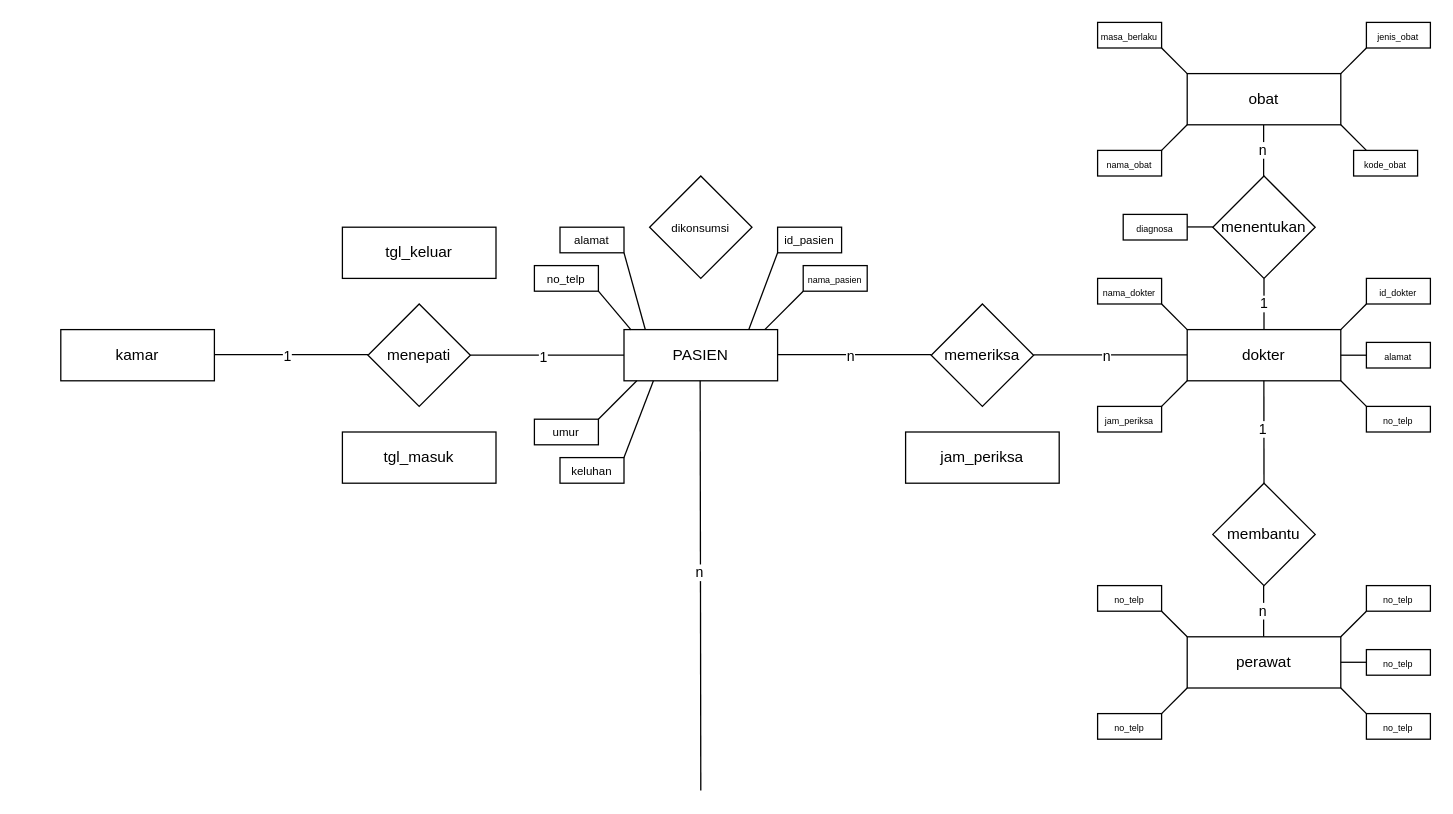
This is rumahsakit.drawio.xml from abidalbaihaqi/FLOWCHART, a draw.io file, before an edit. Source tidied: cells renumbered, new cells numbered last; positions are measured from the earlier drawing's top-left corner, leaving out a move shared by most shapes. Both pictures are drawn from the tidied source at 128%, with x=0, y=0 at pixel (60, 22).
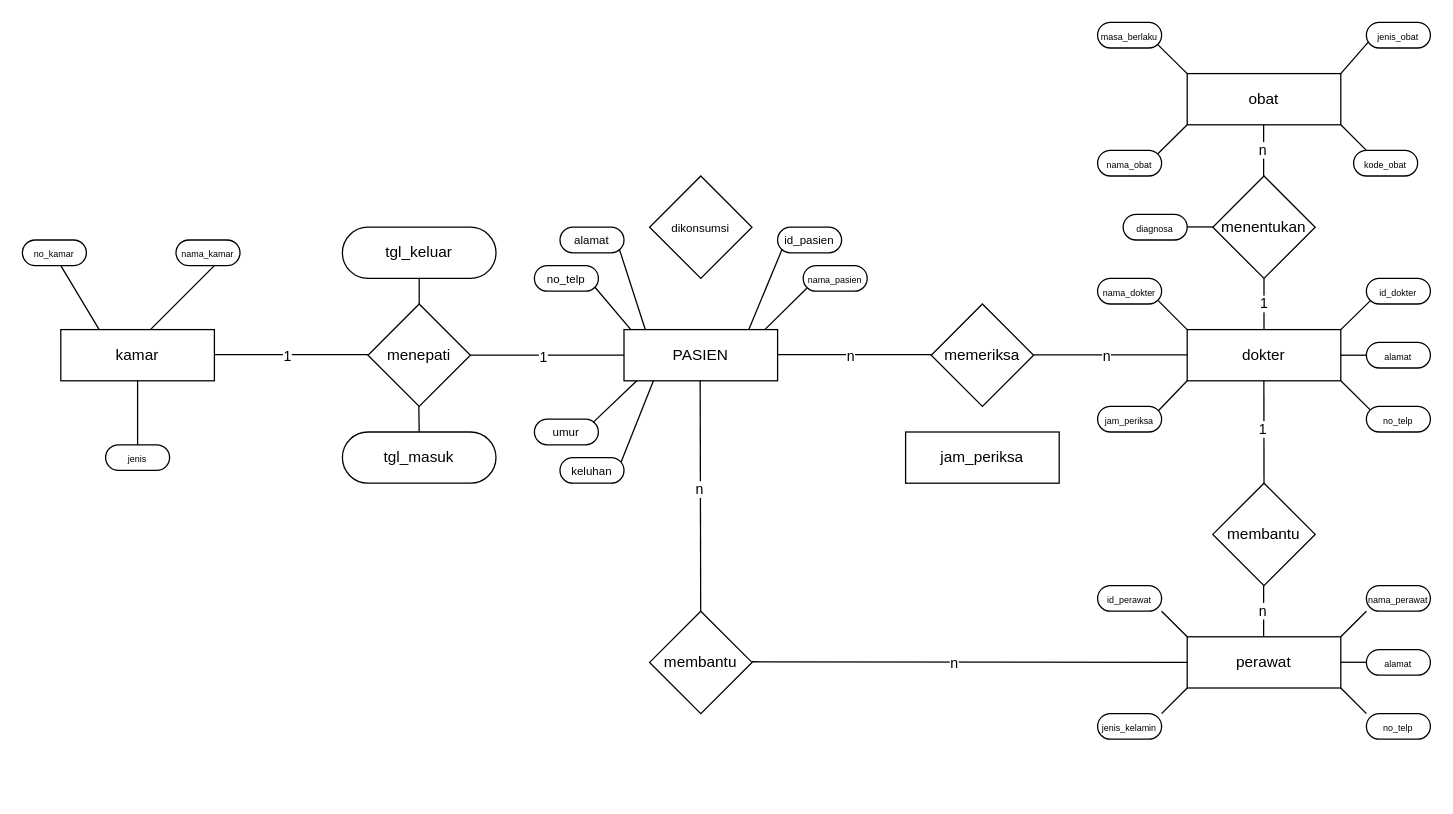
After the change.

The change refers to these unchanged cells:
```xml
<mxCell id="2" value="PASIEN" style="rounded=0;whiteSpace=wrap;html=1;" parent="1" vertex="1">
  <mxGeometry x="440" y="240" width="120" height="40" as="geometry" />
</mxCell>
<mxCell id="21" value="dokter" style="rounded=0;whiteSpace=wrap;html=1;" parent="1" vertex="1">
  <mxGeometry x="880" y="240" width="120" height="40" as="geometry" />
</mxCell>
<mxCell id="22" value="kamar" style="rounded=0;whiteSpace=wrap;html=1;" parent="1" vertex="1">
  <mxGeometry y="240" width="120" height="40" as="geometry" />
</mxCell>
<mxCell id="64" value="perawat" style="rounded=0;whiteSpace=wrap;html=1;" parent="1" vertex="1">
  <mxGeometry x="880" y="480" width="120" height="40" as="geometry" />
</mxCell>
```

The edit, as a diff of the source:
```diff
@@
-    <mxCell id="6" value="&lt;font style=&quot;font-size: 9px;&quot;&gt;alamat&lt;/font&gt;" style="rounded=0;whiteSpace=wrap;html=1;" parent="1" vertex="1">
+    <mxCell id="6" value="&lt;font style=&quot;font-size: 9px;&quot;&gt;alamat&lt;/font&gt;" style="rounded=1;whiteSpace=wrap;html=1;arcSize=50;" parent="1" vertex="1">
       <mxGeometry x="390" y="160" width="50" height="20" as="geometry" />
     </mxCell>
-    <mxCell id="7" value="&lt;font style=&quot;font-size: 9px;&quot;&gt;no_telp&lt;/font&gt;" style="rounded=0;whiteSpace=wrap;html=1;" parent="1" vertex="1">
+    <mxCell id="7" value="&lt;font style=&quot;font-size: 9px;&quot;&gt;no_telp&lt;/font&gt;" style="rounded=1;whiteSpace=wrap;html=1;arcSize=50;" parent="1" vertex="1">
       <mxGeometry x="370" y="190" width="50" height="20" as="geometry" />
     </mxCell>
-    <mxCell id="8" value="&lt;font style=&quot;font-size: 9px;&quot;&gt;umur&lt;/font&gt;" style="rounded=0;whiteSpace=wrap;html=1;" parent="1" vertex="1">
+    <mxCell id="8" value="&lt;font style=&quot;font-size: 9px;&quot;&gt;umur&lt;/font&gt;" style="rounded=1;whiteSpace=wrap;html=1;arcSize=50;" parent="1" vertex="1">
       <mxGeometry x="370" y="310" width="50" height="20" as="geometry" />
     </mxCell>
-    <mxCell id="9" value="&lt;font style=&quot;font-size: 9px;&quot;&gt;keluhan&lt;/font&gt;" style="rounded=0;whiteSpace=wrap;html=1;" parent="1" vertex="1">
+    <mxCell id="9" value="&lt;font style=&quot;font-size: 9px;&quot;&gt;keluhan&lt;/font&gt;" style="rounded=1;whiteSpace=wrap;html=1;arcSize=50;" parent="1" vertex="1">
       <mxGeometry x="390" y="340" width="50" height="20" as="geometry" />
     </mxCell>
-    <mxCell id="10" value="&lt;font style=&quot;font-size: 9px;&quot;&gt;id_pasien&lt;/font&gt;" style="rounded=0;whiteSpace=wrap;html=1;" parent="1" vertex="1">
+    <mxCell id="10" value="&lt;font style=&quot;font-size: 9px;&quot;&gt;id_pasien&lt;/font&gt;" style="rounded=1;whiteSpace=wrap;html=1;arcSize=50;" parent="1" vertex="1">
       <mxGeometry x="560" y="160" width="50" height="20" as="geometry" />
     </mxCell>
-    <mxCell id="11" value="&lt;font style=&quot;font-size: 7px;&quot;&gt;nama_pasien&lt;/font&gt;" style="rounded=0;whiteSpace=wrap;html=1;" parent="1" vertex="1">
+    <mxCell id="11" value="&lt;font style=&quot;font-size: 7px;&quot;&gt;nama_pasien&lt;/font&gt;" style="rounded=1;whiteSpace=wrap;html=1;arcSize=50;" parent="1" vertex="1">
       <mxGeometry x="580" y="190" width="50" height="20" as="geometry" />
     </mxCell>
-    <mxCell id="12" style="endArrow=none;html=1;rounded=0;exitX=0.812;exitY=0.003;exitDx=0;exitDy=0;exitPerimeter=0;" parent="1" edge="1" source="2">
-      <mxGeometry relative="1" as="geometry">
-        <mxPoint x="560" y="180" as="targetPoint" />
-      </mxGeometry>
+    <mxCell id="12" style="endArrow=none;html=1;rounded=0;exitX=0.812;exitY=0.003;exitDx=0;exitDy=0;exitPerimeter=0;entryX=0.071;entryY=0.859;entryDx=0;entryDy=0;entryPerimeter=0;" parent="1" edge="1" source="2" target="10">
+      <mxGeometry relative="1" as="geometry" />
     </mxCell>
-    <mxCell id="13" style="endArrow=none;html=1;rounded=0;" parent="1" edge="1">
+    <mxCell id="13" style="endArrow=none;html=1;rounded=0;entryX=0.056;entryY=0.886;entryDx=0;entryDy=0;entryPerimeter=0;" parent="1" edge="1" target="11">
       <mxGeometry relative="1" as="geometry">
         <mxPoint x="550" y="240" as="sourcePoint" />
-        <mxPoint x="580" y="210" as="targetPoint" />
       </mxGeometry>
     </mxCell>
-    <mxCell id="14" style="endArrow=none;html=1;rounded=0;exitX=0.139;exitY=0.003;exitDx=0;exitDy=0;exitPerimeter=0;" parent="1" edge="1" source="2">
-      <mxGeometry relative="1" as="geometry">
-        <mxPoint x="440" y="180" as="targetPoint" />
-      </mxGeometry>
+    <mxCell id="14" style="endArrow=none;html=1;rounded=0;exitX=0.139;exitY=0.003;exitDx=0;exitDy=0;exitPerimeter=0;entryX=0.928;entryY=0.865;entryDx=0;entryDy=0;entryPerimeter=0;" parent="1" edge="1" source="2" target="6">
+      <mxGeometry relative="1" as="geometry" />
     </mxCell>
-    <mxCell id="15" style="endArrow=none;html=1;rounded=0;exitX=0.046;exitY=0.005;exitDx=0;exitDy=0;exitPerimeter=0;" parent="1" edge="1" source="2">
-      <mxGeometry relative="1" as="geometry">
-        <mxPoint x="420" y="210" as="targetPoint" />
-      </mxGeometry>
+    <mxCell id="15" style="endArrow=none;html=1;rounded=0;exitX=0.046;exitY=0.005;exitDx=0;exitDy=0;exitPerimeter=0;entryX=0.947;entryY=0.845;entryDx=0;entryDy=0;entryPerimeter=0;" parent="1" edge="1" source="2" target="7">
+      <mxGeometry relative="1" as="geometry" />
     </mxCell>
-    <mxCell id="16" style="endArrow=none;html=1;rounded=0;exitX=0.812;exitY=0.003;exitDx=0;exitDy=0;exitPerimeter=0;" parent="1" edge="1">
+    <mxCell id="16" style="endArrow=none;html=1;rounded=0;exitX=0.955;exitY=0.168;exitDx=0;exitDy=0;exitPerimeter=0;" parent="1" edge="1" source="9">
       <mxGeometry relative="1" as="geometry">
-        <mxPoint x="440" y="340" as="sourcePoint" />
         <mxPoint x="463" y="280" as="targetPoint" />
       </mxGeometry>
     </mxCell>
-    <mxCell id="17" style="endArrow=none;html=1;rounded=0;" parent="1" edge="1">
+    <mxCell id="17" style="endArrow=none;html=1;rounded=0;exitX=0.918;exitY=0.123;exitDx=0;exitDy=0;exitPerimeter=0;" parent="1" edge="1" source="8">
       <mxGeometry relative="1" as="geometry">
-        <mxPoint x="420" y="310" as="sourcePoint" />
         <mxPoint x="450" y="280" as="targetPoint" />
       </mxGeometry>
     </mxCell>
-    <mxCell id="18" value="tgl_keluar" style="rounded=0;whiteSpace=wrap;html=1;" parent="1" vertex="1">
+    <mxCell id="18" value="tgl_keluar" style="rounded=1;whiteSpace=wrap;html=1;arcSize=50;" parent="1" vertex="1">
       <mxGeometry x="220" y="160" width="120" height="40" as="geometry" />
     </mxCell>
-    <mxCell id="19" value="tgl_masuk" style="rounded=0;whiteSpace=wrap;html=1;" parent="1" vertex="1">
+    <mxCell id="19" value="tgl_masuk" style="rounded=1;whiteSpace=wrap;html=1;arcSize=50;" parent="1" vertex="1">
       <mxGeometry x="220" y="320" width="120" height="40" as="geometry" />
     </mxCell>
@@
-    <mxCell id="31" style="endArrow=none;html=1;rounded=0;" parent="1" edge="1">
+    <mxCell id="31" style="endArrow=none;html=1;rounded=0;" parent="1" edge="1" target="75">
       <mxGeometry relative="1" as="geometry">
         <mxPoint x="499.5" y="280" as="sourcePoint" />
-        <mxPoint x="500" y="600" as="targetPoint" />
       </mxGeometry>
     </mxCell>
@@
-    <mxCell id="40" style="endArrow=none;html=1;rounded=0;exitX=0;exitY=0;exitDx=0;exitDy=0;" parent="1" edge="1" source="21">
-      <mxGeometry relative="1" as="geometry">
-        <mxPoint x="860" y="220" as="targetPoint" />
-      </mxGeometry>
+    <mxCell id="40" style="endArrow=none;html=1;rounded=0;exitX=0;exitY=0;exitDx=0;exitDy=0;entryX=0.947;entryY=0.867;entryDx=0;entryDy=0;entryPerimeter=0;" parent="1" edge="1" source="21" target="44">
+      <mxGeometry relative="1" as="geometry" />
     </mxCell>
-    <mxCell id="41" style="endArrow=none;html=1;rounded=0;exitX=0;exitY=0;exitDx=0;exitDy=0;" parent="1" edge="1">
+    <mxCell id="41" style="endArrow=none;html=1;rounded=0;exitX=0.059;exitY=0.134;exitDx=0;exitDy=0;exitPerimeter=0;" parent="1" edge="1" source="47">
       <mxGeometry relative="1" as="geometry">
-        <mxPoint x="1020" y="300" as="sourcePoint" />
         <mxPoint x="1000" y="280" as="targetPoint" />
       </mxGeometry>
     </mxCell>
-    <mxCell id="42" style="endArrow=none;html=1;rounded=0;entryX=0;entryY=1;entryDx=0;entryDy=0;" parent="1" edge="1" target="21">
-      <mxGeometry relative="1" as="geometry">
-        <mxPoint x="860" y="300" as="sourcePoint" />
-      </mxGeometry>
+    <mxCell id="42" style="endArrow=none;html=1;rounded=0;entryX=0;entryY=1;entryDx=0;entryDy=0;exitX=0.923;exitY=0.24;exitDx=0;exitDy=0;exitPerimeter=0;" parent="1" edge="1" source="45" target="21">
+      <mxGeometry relative="1" as="geometry" />
     </mxCell>
-    <mxCell id="43" style="endArrow=none;html=1;rounded=0;entryX=0;entryY=1;entryDx=0;entryDy=0;" parent="1" edge="1">
+    <mxCell id="43" style="endArrow=none;html=1;rounded=0;entryX=0.059;entryY=0.879;entryDx=0;entryDy=0;entryPerimeter=0;" parent="1" edge="1" target="46">
       <mxGeometry relative="1" as="geometry">
         <mxPoint x="1000" y="240" as="sourcePoint" />
-        <mxPoint x="1020" y="220" as="targetPoint" />
       </mxGeometry>
     </mxCell>
-    <mxCell id="44" value="&lt;span style=&quot;font-size: 7px;&quot;&gt;nama_dokter&lt;/span&gt;" style="rounded=0;whiteSpace=wrap;html=1;" parent="1" vertex="1">
+    <mxCell id="44" value="&lt;span style=&quot;font-size: 7px;&quot;&gt;nama_dokter&lt;/span&gt;" style="rounded=1;whiteSpace=wrap;html=1;arcSize=50;" parent="1" vertex="1">
       <mxGeometry x="810" y="200" width="50" height="20" as="geometry" />
     </mxCell>
-    <mxCell id="45" value="&lt;span style=&quot;font-size: 7px;&quot;&gt;jam_periksa&lt;/span&gt;" style="rounded=0;whiteSpace=wrap;html=1;" parent="1" vertex="1">
+    <mxCell id="45" value="&lt;span style=&quot;font-size: 7px;&quot;&gt;jam_periksa&lt;/span&gt;" style="rounded=1;whiteSpace=wrap;html=1;arcSize=50;" parent="1" vertex="1">
       <mxGeometry x="810" y="300" width="50" height="20" as="geometry" />
     </mxCell>
-    <mxCell id="46" value="&lt;span style=&quot;font-size: 7px;&quot;&gt;id_dokter&lt;/span&gt;" style="rounded=0;whiteSpace=wrap;html=1;" parent="1" vertex="1">
+    <mxCell id="46" value="&lt;span style=&quot;font-size: 7px;&quot;&gt;id_dokter&lt;/span&gt;" style="rounded=1;whiteSpace=wrap;html=1;arcSize=50;" parent="1" vertex="1">
       <mxGeometry x="1020" y="200" width="50" height="20" as="geometry" />
     </mxCell>
-    <mxCell id="47" value="&lt;span style=&quot;font-size: 7px;&quot;&gt;no_telp&lt;/span&gt;" style="rounded=0;whiteSpace=wrap;html=1;" parent="1" vertex="1">
+    <mxCell id="47" value="&lt;span style=&quot;font-size: 7px;&quot;&gt;no_telp&lt;/span&gt;" style="rounded=1;whiteSpace=wrap;html=1;arcSize=50;" parent="1" vertex="1">
       <mxGeometry x="1020" y="300" width="50" height="20" as="geometry" />
     </mxCell>
@@
-    <mxCell id="49" value="&lt;span style=&quot;font-size: 7px;&quot;&gt;alamat&lt;/span&gt;" style="rounded=0;whiteSpace=wrap;html=1;" parent="1" vertex="1">
+    <mxCell id="49" value="&lt;span style=&quot;font-size: 7px;&quot;&gt;alamat&lt;/span&gt;" style="rounded=1;whiteSpace=wrap;html=1;arcSize=50;" parent="1" vertex="1">
       <mxGeometry x="1020" y="250" width="50" height="20" as="geometry" />
     </mxCell>
@@
-    <mxCell id="51" style="endArrow=none;html=1;rounded=0;entryX=0;entryY=1;entryDx=0;entryDy=0;" parent="1" edge="1">
+    <mxCell id="51" style="endArrow=none;html=1;rounded=0;entryX=0.029;entryY=0.772;entryDx=0;entryDy=0;entryPerimeter=0;" parent="1" edge="1" target="57">
       <mxGeometry relative="1" as="geometry">
         <mxPoint x="1000" y="40" as="sourcePoint" />
-        <mxPoint x="1020" y="20" as="targetPoint" />
       </mxGeometry>
     </mxCell>
-    <mxCell id="52" style="endArrow=none;html=1;rounded=0;exitX=0;exitY=0;exitDx=0;exitDy=0;" parent="1" edge="1">
+    <mxCell id="52" style="endArrow=none;html=1;rounded=0;exitX=0;exitY=0;exitDx=0;exitDy=0;entryX=0.925;entryY=0.83;entryDx=0;entryDy=0;entryPerimeter=0;" parent="1" edge="1" target="55">
       <mxGeometry relative="1" as="geometry">
         <mxPoint x="880" y="40" as="sourcePoint" />
-        <mxPoint x="860" y="20" as="targetPoint" />
       </mxGeometry>
     </mxCell>
-    <mxCell id="53" style="endArrow=none;html=1;rounded=0;entryX=0;entryY=1;entryDx=0;entryDy=0;" parent="1" edge="1">
+    <mxCell id="53" style="endArrow=none;html=1;rounded=0;entryX=0;entryY=1;entryDx=0;entryDy=0;exitX=0.914;exitY=0.198;exitDx=0;exitDy=0;exitPerimeter=0;" parent="1" edge="1" source="58">
       <mxGeometry relative="1" as="geometry">
-        <mxPoint x="860" y="100" as="sourcePoint" />
         <mxPoint x="880" y="80" as="targetPoint" />
       </mxGeometry>
     </mxCell>
@@
-    <mxCell id="55" value="&lt;span style=&quot;font-size: 7px;&quot;&gt;masa_berlaku&lt;/span&gt;" style="rounded=0;whiteSpace=wrap;html=1;" parent="1" vertex="1">
+    <mxCell id="55" value="&lt;span style=&quot;font-size: 7px;&quot;&gt;masa_berlaku&lt;/span&gt;" style="rounded=1;whiteSpace=wrap;html=1;arcSize=50;" parent="1" vertex="1">
       <mxGeometry x="810" width="50" height="20" as="geometry" />
     </mxCell>
-    <mxCell id="56" value="&lt;span style=&quot;font-size: 7px;&quot;&gt;kode_obat&lt;/span&gt;" style="rounded=0;whiteSpace=wrap;html=1;" parent="1" vertex="1">
+    <mxCell id="56" value="&lt;span style=&quot;font-size: 7px;&quot;&gt;kode_obat&lt;/span&gt;" style="rounded=1;whiteSpace=wrap;html=1;arcSize=50;" parent="1" vertex="1">
       <mxGeometry x="1010" y="100" width="50" height="20" as="geometry" />
     </mxCell>
-    <mxCell id="57" value="&lt;span style=&quot;font-size: 7px;&quot;&gt;jenis_obat&lt;/span&gt;" style="rounded=0;whiteSpace=wrap;html=1;" parent="1" vertex="1">
+    <mxCell id="57" value="&lt;span style=&quot;font-size: 7px;&quot;&gt;jenis_obat&lt;/span&gt;" style="rounded=1;whiteSpace=wrap;html=1;arcSize=50;" parent="1" vertex="1">
       <mxGeometry x="1020" width="50" height="20" as="geometry" />
     </mxCell>
-    <mxCell id="58" value="&lt;span style=&quot;font-size: 7px;&quot;&gt;nama_obat&lt;/span&gt;" style="rounded=0;whiteSpace=wrap;html=1;" parent="1" vertex="1">
+    <mxCell id="58" value="&lt;span style=&quot;font-size: 7px;&quot;&gt;nama_obat&lt;/span&gt;" style="rounded=1;whiteSpace=wrap;html=1;arcSize=50;" parent="1" vertex="1">
       <mxGeometry x="810" y="100" width="50" height="20" as="geometry" />
     </mxCell>
@@
-    <mxCell id="60" value="&lt;span style=&quot;font-size: 7px;&quot;&gt;diagnosa&lt;/span&gt;" style="rounded=0;whiteSpace=wrap;html=1;" parent="1" vertex="1">
+    <mxCell id="60" value="&lt;span style=&quot;font-size: 7px;&quot;&gt;diagnosa&lt;/span&gt;" style="rounded=1;whiteSpace=wrap;html=1;arcSize=50;" parent="1" vertex="1">
       <mxGeometry x="830" y="150" width="50" height="20" as="geometry" />
     </mxCell>
@@
-    <mxCell id="70" value="&lt;span style=&quot;font-size: 7px;&quot;&gt;no_telp&lt;/span&gt;" style="rounded=0;whiteSpace=wrap;html=1;" parent="1" vertex="1">
+    <mxCell id="70" value="&lt;span style=&quot;font-size: 7px;&quot;&gt;no_telp&lt;/span&gt;" style="rounded=1;whiteSpace=wrap;html=1;arcSize=50;" parent="1" vertex="1">
       <mxGeometry x="1020" y="540" width="50" height="20" as="geometry" />
     </mxCell>
-    <mxCell id="71" value="&lt;span style=&quot;font-size: 7px;&quot;&gt;no_telp&lt;/span&gt;" style="rounded=0;whiteSpace=wrap;html=1;" parent="1" vertex="1">
+    <mxCell id="71" value="&lt;span style=&quot;font-size: 7px;&quot;&gt;alamat&lt;/span&gt;" style="rounded=1;whiteSpace=wrap;html=1;arcSize=50;" parent="1" vertex="1">
       <mxGeometry x="1020" y="490" width="50" height="20" as="geometry" />
     </mxCell>
-    <mxCell id="72" value="&lt;span style=&quot;font-size: 7px;&quot;&gt;no_telp&lt;/span&gt;" style="rounded=0;whiteSpace=wrap;html=1;" parent="1" vertex="1">
+    <mxCell id="72" value="&lt;span style=&quot;font-size: 7px;&quot;&gt;nama_perawat&lt;/span&gt;" style="rounded=1;whiteSpace=wrap;html=1;arcSize=50;" parent="1" vertex="1">
       <mxGeometry x="1020" y="440" width="50" height="20" as="geometry" />
     </mxCell>
-    <mxCell id="73" value="&lt;span style=&quot;font-size: 7px;&quot;&gt;no_telp&lt;/span&gt;" style="rounded=0;whiteSpace=wrap;html=1;" parent="1" vertex="1">
+    <mxCell id="73" value="&lt;span style=&quot;font-size: 7px;&quot;&gt;jenis_kelamin&lt;/span&gt;" style="rounded=1;whiteSpace=wrap;html=1;arcSize=50;" parent="1" vertex="1">
       <mxGeometry x="810" y="540" width="50" height="20" as="geometry" />
     </mxCell>
-    <mxCell id="74" value="&lt;span style=&quot;font-size: 7px;&quot;&gt;no_telp&lt;/span&gt;" style="rounded=0;whiteSpace=wrap;html=1;" parent="1" vertex="1">
+    <mxCell id="74" value="&lt;span style=&quot;font-size: 7px;&quot;&gt;id_perawat&lt;/span&gt;" style="rounded=1;whiteSpace=wrap;html=1;arcSize=50;" parent="1" vertex="1">
       <mxGeometry x="810" y="440" width="50" height="20" as="geometry" />
     </mxCell>
+    <mxCell id="75" value="membantu" style="rhombus;whiteSpace=wrap;html=1;" parent="1" vertex="1">
+      <mxGeometry x="460" y="460" width="80" height="80" as="geometry" />
+    </mxCell>
+    <mxCell id="76" style="endArrow=none;html=1;rounded=0;entryX=0;entryY=0.5;entryDx=0;entryDy=0;" parent="1" edge="1" target="64">
+      <mxGeometry relative="1" as="geometry">
+        <mxPoint x="540" y="499.5" as="sourcePoint" />
+      </mxGeometry>
+    </mxCell>
+    <mxCell id="77" value="n" style="edgeLabel;html=1;align=center;verticalAlign=middle;" parent="76" vertex="1">
+      <mxGeometry x="-0.07" y="-1" relative="1" as="geometry" />
+    </mxCell>
+    <mxCell id="78" style="endArrow=none;html=1;rounded=0;entryX=0.5;entryY=1;entryDx=0;entryDy=0;" parent="1" edge="1" target="18">
+      <mxGeometry relative="1" as="geometry">
+        <mxPoint x="280" y="220" as="sourcePoint" />
+      </mxGeometry>
+    </mxCell>
+    <mxCell id="79" style="endArrow=none;html=1;rounded=0;" parent="1" edge="1">
+      <mxGeometry relative="1" as="geometry">
+        <mxPoint x="280" y="320" as="sourcePoint" />
+        <mxPoint x="279.7" y="300" as="targetPoint" />
+      </mxGeometry>
+    </mxCell>
+    <mxCell id="80" value="&lt;span style=&quot;font-size: 7px;&quot;&gt;nama_kamar&lt;/span&gt;" style="rounded=1;whiteSpace=wrap;html=1;arcSize=50;" parent="1" vertex="1">
+      <mxGeometry x="90" y="170" width="50" height="20" as="geometry" />
+    </mxCell>
+    <mxCell id="81" value="&lt;span style=&quot;font-size: 7px;&quot;&gt;no_kamar&lt;/span&gt;" style="rounded=1;whiteSpace=wrap;html=1;arcSize=50;" parent="1" vertex="1">
+      <mxGeometry x="-30" y="170" width="50" height="20" as="geometry" />
+    </mxCell>
+    <mxCell id="82" value="&lt;span style=&quot;font-size: 7px;&quot;&gt;jenis&lt;/span&gt;" style="rounded=1;whiteSpace=wrap;html=1;arcSize=50;" parent="1" vertex="1">
+      <mxGeometry x="35" y="330" width="50" height="20" as="geometry" />
+    </mxCell>
+    <mxCell id="83" style="endArrow=none;html=1;rounded=0;" parent="1" edge="1">
+      <mxGeometry relative="1" as="geometry">
+        <mxPoint x="70" y="240" as="sourcePoint" />
+        <mxPoint x="120" y="190" as="targetPoint" />
+      </mxGeometry>
+    </mxCell>
+    <mxCell id="84" style="endArrow=none;html=1;rounded=0;exitX=0.25;exitY=0;exitDx=0;exitDy=0;" parent="1" edge="1" source="22">
+      <mxGeometry relative="1" as="geometry">
+        <mxPoint y="190" as="targetPoint" />
+      </mxGeometry>
+    </mxCell>
+    <mxCell id="85" style="endArrow=none;html=1;rounded=0;exitX=0.5;exitY=0;exitDx=0;exitDy=0;entryX=0.5;entryY=1;entryDx=0;entryDy=0;" parent="1" edge="1" source="82" target="22">
+      <mxGeometry relative="1" as="geometry" />
+    </mxCell>
```
